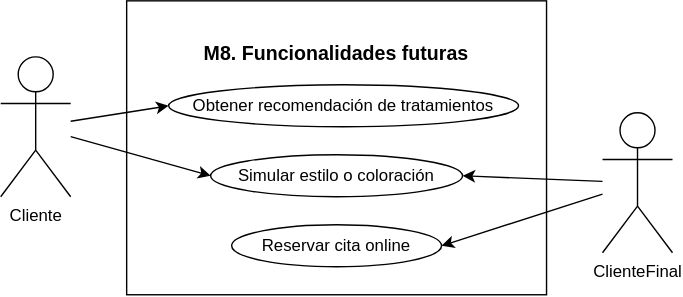
Above: docs/docs/figures/UML/CasosDeUso/M8_CasosDeUso.svg in MadaoSurmanito/app-tfg (draw.io), before the change. Source tidied: cells renumbered, new cells last; positions are measured from the earlier drawing's top-left corner, leaving out a move shared by most shapes.
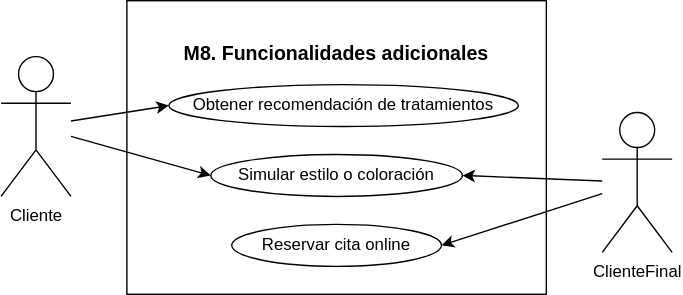
After the change.

What changed in the source:
```diff
@@ -2,7 +2,7 @@
   <root>
     <mxCell id="0" />
     <mxCell id="1" parent="0" />
-    <mxCell id="2" value="&lt;h1&gt;&lt;font style=&quot;font-size: 14px;&quot;&gt;M8. Funcionalidades futuras&lt;/font&gt;&lt;/h1&gt;" style="rounded=0;whiteSpace=wrap;html=1;verticalAlign=top;spacing=0;labelPosition=center;verticalLabelPosition=middle;align=center;" parent="1" vertex="1">
+    <mxCell id="2" value="&lt;h1&gt;&lt;font style=&quot;font-size: 14px;&quot;&gt;M8. Funcionalidades adicionales&lt;/font&gt;&lt;/h1&gt;" style="rounded=0;whiteSpace=wrap;html=1;verticalAlign=top;spacing=0;labelPosition=center;verticalLabelPosition=middle;align=center;" parent="1" vertex="1">
       <mxGeometry x="90" width="300" height="210" as="geometry" />
     </mxCell>
     <mxCell id="3" value="Cliente" style="shape=umlActor;verticalLabelPosition=bottom;verticalAlign=top;html=1;outlineConnect=0;" parent="1" vertex="1">
```
